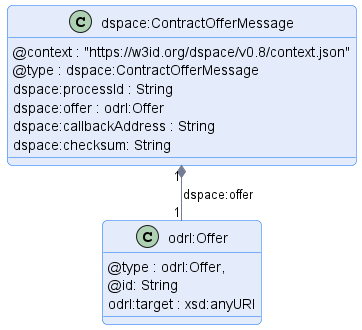
The PlantUML diagram negotiation/message/diagram/contract-offer-message.png in International-Data-Spaces-Association/ids-specification, before a commit.
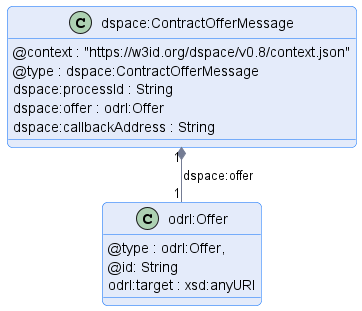
Above is the later version.

Commit message:
refactor: remove checksum from contract offer and event message

Change to the diagram source:
```diff
@@ -12,7 +12,6 @@
     dspace:processId : String
     dspace:offer : odrl:Offer
     dspace:callbackAddress : String
-    dspace:checksum: String
 }
 
 class odrl:Offer {
```
